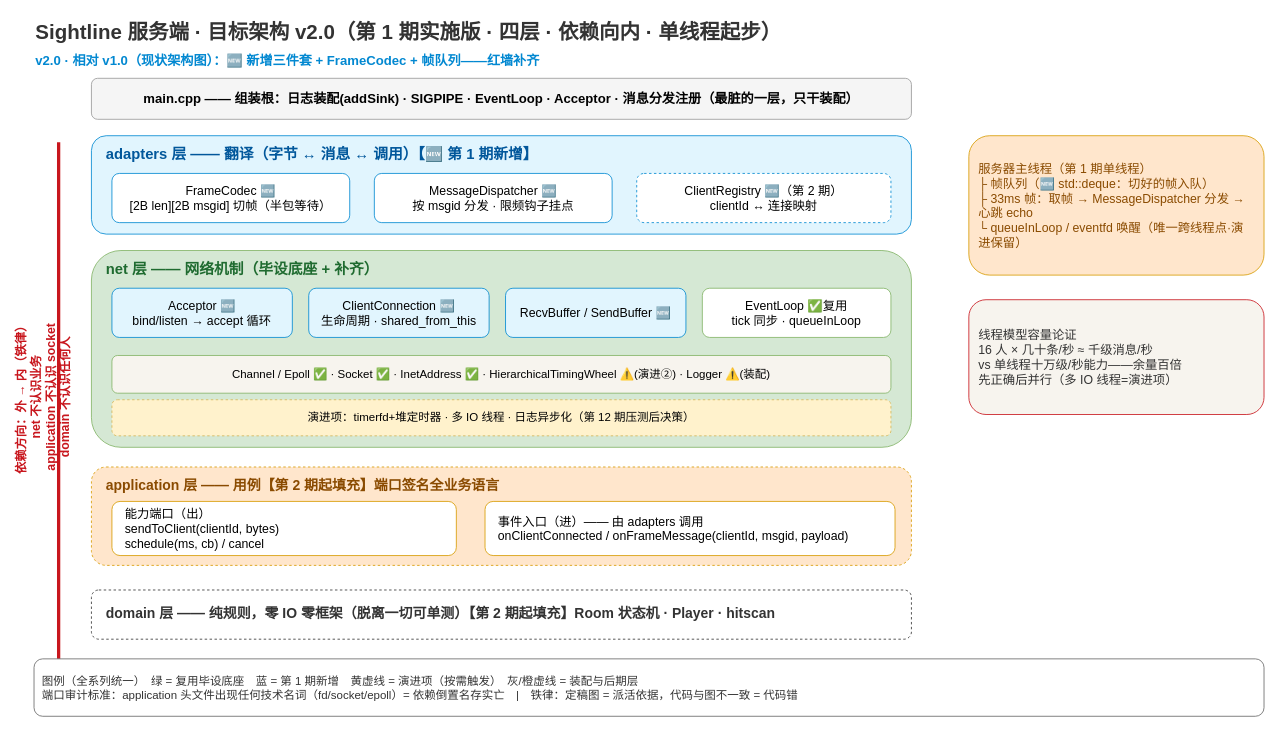
The draw.io diagram docs/episodes/ep01/target_architecture.drawio in x-PiXiu/Sightline, before the edit. Source tidied: cells renumbered, new cells numbered last; positions are measured from the earlier drawing's top-left corner, leaving out a move shared by most shapes. Both pictures are drawn from the tidied source at 82%, with x=0, y=0 at pixel (-93, 14).
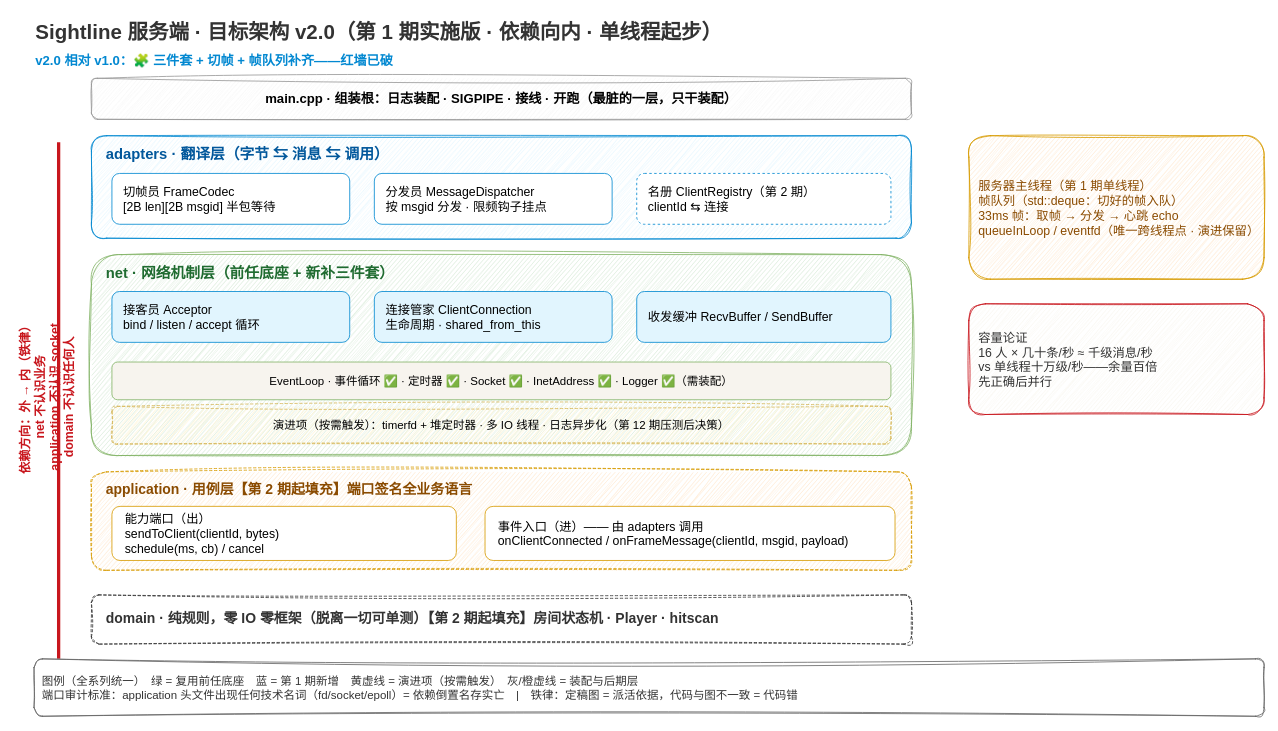
The same page after the edit.

What changed in the source:
```diff
@@
-    <mxCell id="2" value="Sightline 服务端 · 目标架构 v2.0（第 1 期实施版 · 四层 · 依赖向内 · 单线程起步）" style="text;fontSize=25;fontStyle=1;fontColor=#333333;align=left;" parent="1" vertex="1">
+    <mxCell id="2" value="Sightline 服务端 · 目标架构 v2.0（第 1 期实施版 · 依赖向内 · 单线程起步）" style="text;fontSize=25;fontStyle=1;fontColor=#333333;align=left;sketch=1;" parent="1" vertex="1">
       <mxGeometry x="155" width="1100" height="38" as="geometry" />
     </mxCell>
-    <mxCell id="3" value="v2.0 · 相对 v1.0（现状架构图）：🆕 新增三件套 + FrameCodec + 帧队列——红墙补齐" style="text;fontSize=16;fontStyle=1;fontColor=#0288d1;align=left;" parent="1" vertex="1">
+    <mxCell id="3" value="v2.0 相对 v1.0：🧩 三件套 + 切帧 + 帧队列补齐——红墙已破" style="text;fontSize=16;fontStyle=1;fontColor=#0288d1;align=left;" parent="1" vertex="1">
       <mxGeometry x="155" y="40" width="900" height="30" as="geometry" />
     </mxCell>
-    <mxCell id="4" value="main.cpp —— 组装根：日志装配(addSink) · SIGPIPE · EventLoop · Acceptor · 消息分发注册（最脏的一层，只干装配）" style="rounded=1;whiteSpace=wrap;fillColor=#f5f5f5;strokeColor=#999999;fontSize=16;fontStyle=1;" parent="1" vertex="1">
+    <mxCell id="4" value="main.cpp · 组装根：日志装配 · SIGPIPE · 接线 · 开跑（最脏的一层，只干装配）" style="rounded=1;whiteSpace=wrap;fillColor=#f5f5f5;strokeColor=#999999;fontSize=16;fontStyle=1;sketch=1;curveFitting=1;jiggle=2;" parent="1" vertex="1">
       <mxGeometry x="225" y="78" width="1000" height="50" as="geometry" />
     </mxCell>
-    <mxCell id="5" value="adapters 层 —— 翻译（字节 ↔ 消息 ↔ 调用）【🆕 第 1 期新增】" style="rounded=1;whiteSpace=wrap;fillColor=#e1f5fe;strokeColor=#0288d1;fontSize=18;fontStyle=1;fontColor=#01579b;verticalAlign=top;spacingTop=6;align=left;spacingLeft=16;" parent="1" vertex="1">
-      <mxGeometry x="225" y="148" width="1000" height="120" as="geometry" />
+    <mxCell id="5" value="adapters · 翻译层（字节 ⇆ 消息 ⇆ 调用）" style="rounded=1;whiteSpace=wrap;fillColor=#e1f5fe;strokeColor=#0288d1;fontSize=18;fontStyle=1;fontColor=#01579b;verticalAlign=top;spacingTop=6;align=left;spacingLeft=16;sketch=1;curveFitting=1;jiggle=2;" parent="1" vertex="1">
+      <mxGeometry x="225" y="148" width="1000" height="125" as="geometry" />
     </mxCell>
-    <mxCell id="6" value="FrameCodec 🆕&#10;[2B len][2B msgid] 切帧（半包等待）" style="rounded=1;whiteSpace=wrap;fillColor=#ffffff;strokeColor=#0288d1;fontSize=15;" parent="1" vertex="1">
-      <mxGeometry x="250" y="194" width="290" height="60" as="geometry" />
+    <mxCell id="6" value="切帧员 FrameCodec&#10;[2B len][2B msgid] 半包等待" style="rounded=1;whiteSpace=wrap;fillColor=#ffffff;strokeColor=#0288d1;fontSize=15;align=left;spacingLeft=12;" parent="1" vertex="1">
+      <mxGeometry x="250" y="194" width="290" height="62" as="geometry" />
     </mxCell>
-    <mxCell id="7" value="MessageDispatcher 🆕&#10;按 msgid 分发 · 限频钩子挂点" style="rounded=1;whiteSpace=wrap;fillColor=#ffffff;strokeColor=#0288d1;fontSize=15;" parent="1" vertex="1">
-      <mxGeometry x="570" y="194" width="290" height="60" as="geometry" />
+    <mxCell id="7" value="分发员 MessageDispatcher&#10;按 msgid 分发 · 限频钩子挂点" style="rounded=1;whiteSpace=wrap;fillColor=#ffffff;strokeColor=#0288d1;fontSize=15;align=left;spacingLeft=12;" parent="1" vertex="1">
+      <mxGeometry x="570" y="194" width="290" height="62" as="geometry" />
     </mxCell>
-    <mxCell id="8" value="ClientRegistry 🆕（第 2 期）&#10;clientId ↔ 连接映射" style="rounded=1;whiteSpace=wrap;fillColor=#ffffff;strokeColor=#0288d1;fontSize=15;dashed=1;" parent="1" vertex="1">
-      <mxGeometry x="890" y="194" width="310" height="60" as="geometry" />
+    <mxCell id="8" value="名册 ClientRegistry（第 2 期）&#10;clientId ⇆ 连接" style="rounded=1;whiteSpace=wrap;fillColor=#ffffff;strokeColor=#0288d1;fontSize=15;dashed=1;align=left;spacingLeft=12;" parent="1" vertex="1">
+      <mxGeometry x="890" y="194" width="310" height="62" as="geometry" />
     </mxCell>
-    <mxCell id="9" value="net 层 —— 网络机制（毕设底座 + 补齐）" style="rounded=1;whiteSpace=wrap;fillColor=#d5e8d4;strokeColor=#82b366;fontSize=18;fontStyle=1;fontColor=#1f6b30;verticalAlign=top;spacingTop=6;align=left;spacingLeft=16;" parent="1" vertex="1">
-      <mxGeometry x="225" y="288" width="1000" height="240" as="geometry" />
+    <mxCell id="9" value="net · 网络机制层（前任底座 + 新补三件套）" style="rounded=1;whiteSpace=wrap;fillColor=#d5e8d4;strokeColor=#82b366;fontSize=18;fontStyle=1;fontColor=#1f6b30;verticalAlign=top;spacingTop=6;align=left;spacingLeft=16;sketch=1;curveFitting=1;jiggle=2;" parent="1" vertex="1">
+      <mxGeometry x="225" y="293" width="1000" height="245" as="geometry" />
     </mxCell>
-    <mxCell id="10" value="Acceptor 🆕&#10;bind/listen → accept 循环" style="rounded=1;whiteSpace=wrap;fillColor=#e1f5fe;strokeColor=#0288d1;fontSize=15;" parent="1" vertex="1">
-      <mxGeometry x="250" y="334" width="220" height="60" as="geometry" />
+    <mxCell id="10" value="接客员 Acceptor&#10;bind / listen / accept 循环" style="rounded=1;whiteSpace=wrap;fillColor=#e1f5fe;strokeColor=#0288d1;fontSize=15;align=left;spacingLeft=12;" parent="1" vertex="1">
+      <mxGeometry x="250" y="338" width="290" height="62" as="geometry" />
     </mxCell>
-    <mxCell id="11" value="ClientConnection 🆕&#10;生命周期 · shared_from_this" style="rounded=1;whiteSpace=wrap;fillColor=#e1f5fe;strokeColor=#0288d1;fontSize=15;" parent="1" vertex="1">
-      <mxGeometry x="490" y="334" width="220" height="60" as="geometry" />
+    <mxCell id="11" value="连接管家 ClientConnection&#10;生命周期 · shared_from_this" style="rounded=1;whiteSpace=wrap;fillColor=#e1f5fe;strokeColor=#0288d1;fontSize=15;align=left;spacingLeft=12;" parent="1" vertex="1">
+      <mxGeometry x="570" y="338" width="290" height="62" as="geometry" />
     </mxCell>
-    <mxCell id="12" value="RecvBuffer / SendBuffer 🆕" style="rounded=1;whiteSpace=wrap;fillColor=#e1f5fe;strokeColor=#0288d1;fontSize=15;" parent="1" vertex="1">
-      <mxGeometry x="730" y="334" width="220" height="60" as="geometry" />
+    <mxCell id="12" value="收发缓冲 RecvBuffer / SendBuffer" style="rounded=1;whiteSpace=wrap;fillColor=#e1f5fe;strokeColor=#0288d1;fontSize=15;align=left;spacingLeft=12;" parent="1" vertex="1">
+      <mxGeometry x="890" y="338" width="310" height="62" as="geometry" />
     </mxCell>
-    <mxCell id="13" value="EventLoop ✅复用&#10;tick 同步 · queueInLoop" style="rounded=1;whiteSpace=wrap;fillColor=#ffffff;strokeColor=#82b366;fontSize=15;" parent="1" vertex="1">
-      <mxGeometry x="970" y="334" width="230" height="60" as="geometry" />
+    <mxCell id="13" value="EventLoop · 事件循环 ✅ · 定时器 ✅ · Socket ✅ · InetAddress ✅ · Logger ✅（需装配）" style="rounded=1;whiteSpace=wrap;fillColor=#f7f4ee;strokeColor=#82b366;fontSize=14;" parent="1" vertex="1">
+      <mxGeometry x="250" y="424" width="950" height="46" as="geometry" />
     </mxCell>
-    <mxCell id="14" value="Channel / Epoll ✅ · Socket ✅ · InetAddress ✅ · HierarchicalTimingWheel ⚠️(演进②) · Logger ⚠️(装配)" style="rounded=1;whiteSpace=wrap;fillColor=#f7f4ee;strokeColor=#82b366;fontSize=14;" parent="1" vertex="1">
-      <mxGeometry x="250" y="416" width="950" height="46" as="geometry" />
-    </mxCell>
-    <mxCell id="15" value="演进项：timerfd+堆定时器 · 多 IO 线程 · 日志异步化（第 12 期压测后决策）" style="rounded=1;whiteSpace=wrap;fillColor=#fff2cc;strokeColor=#d6b656;fontSize=14;dashed=1;" parent="1" vertex="1">
-      <mxGeometry x="250" y="470" width="950" height="44" as="geometry" />
+    <mxCell id="15" value="演进项（按需触发）：timerfd + 堆定时器 · 多 IO 线程 · 日志异步化（第 12 期压测后决策）" style="rounded=1;whiteSpace=wrap;fillColor=#fff2cc;strokeColor=#d6b656;fontSize=14;dashed=1;sketch=1;curveFitting=1;jiggle=2;" parent="1" vertex="1">
+      <mxGeometry x="250" y="478" width="950" height="46" as="geometry" />
     </mxCell>
-    <mxCell id="16" value="服务器主线程（第 1 期单线程）&#10;├ 帧队列（🆕 std::deque：切好的帧入队）&#10;├ 33ms 帧：取帧 → MessageDispatcher 分发 → 心跳 echo&#10;└ queueInLoop / eventfd 唤醒（唯一跨线程点·演进保留）" style="rounded=1;whiteSpace=wrap;fillColor=#ffe6cc;strokeColor=#d79b00;fontSize=15;fontColor=#8a4b00;align=left;spacing=12;" parent="1" vertex="1">
-      <mxGeometry x="1295" y="148" width="360" height="170" as="geometry" />
+    <mxCell id="16" value="服务器主线程（第 1 期单线程）&#10;帧队列（std::deque：切好的帧入队）&#10;33ms 帧：取帧 → 分发 → 心跳 echo&#10;queueInLoop / eventfd（唯一跨线程点 · 演进保留）" style="rounded=1;whiteSpace=wrap;fillColor=#ffe6cc;strokeColor=#d79b00;fontSize=15;fontColor=#8a4b00;align=left;spacing=12;sketch=1;curveFitting=1;jiggle=2;" parent="1" vertex="1">
+      <mxGeometry x="1295" y="148" width="360" height="175" as="geometry" />
     </mxCell>
-    <mxCell id="17" value="线程模型容量论证&#10;16 人 × 几十条/秒 ≈ 千级消息/秒&#10;vs 单线程十万级/秒能力——余量百倍&#10;先正确后并行（多 IO 线程=演进项）" style="rounded=1;whiteSpace=wrap;fillColor=#f7f4ee;strokeColor=#c8161d;fontSize=15;fontColor=#333;align=left;spacing=12;" parent="1" vertex="1">
-      <mxGeometry x="1295" y="348" width="360" height="140" as="geometry" />
+    <mxCell id="17" value="容量论证&#10;16 人 × 几十条/秒 ≈ 千级消息/秒&#10;vs 单线程十万级/秒——余量百倍&#10;先正确后并行" style="rounded=1;whiteSpace=wrap;fillColor=#f7f4ee;strokeColor=#c8161d;fontSize=15;fontColor=#333;align=left;spacing=12;sketch=1;curveFitting=1;jiggle=2;" parent="1" vertex="1">
+      <mxGeometry x="1295" y="353" width="360" height="135" as="geometry" />
     </mxCell>
-    <mxCell id="18" value="application 层 —— 用例【第 2 期起填充】端口签名全业务语言" style="rounded=1;whiteSpace=wrap;fillColor=#ffe6cc;strokeColor=#d79b00;fontSize=17;fontStyle=1;fontColor=#8a4b00;verticalAlign=top;spacingTop=6;align=left;spacingLeft=16;dashed=1;" parent="1" vertex="1">
-      <mxGeometry x="225" y="552" width="1000" height="120" as="geometry" />
+    <mxCell id="18" value="application · 用例层【第 2 期起填充】端口签名全业务语言" style="rounded=1;whiteSpace=wrap;fillColor=#ffe6cc;strokeColor=#d79b00;fontSize=17;fontStyle=1;fontColor=#8a4b00;verticalAlign=top;spacingTop=6;align=left;spacingLeft=16;dashed=1;sketch=1;curveFitting=1;jiggle=2;" parent="1" vertex="1">
+      <mxGeometry x="225" y="558" width="1000" height="120" as="geometry" />
     </mxCell>
     <mxCell id="19" value="能力端口（出）&#10;sendToClient(clientId, bytes)&#10;schedule(ms, cb) / cancel" style="rounded=1;whiteSpace=wrap;fillColor=#ffffff;strokeColor=#d79b00;fontSize=15;align=left;spacingLeft=14;" parent="1" vertex="1">
-      <mxGeometry x="250" y="594" width="420" height="66" as="geometry" />
+      <mxGeometry x="250" y="600" width="420" height="66" as="geometry" />
     </mxCell>
     <mxCell id="20" value="事件入口（进）—— 由 adapters 调用&#10;onClientConnected / onFrameMessage(clientId, msgid, payload)" style="rounded=1;whiteSpace=wrap;fillColor=#ffffff;strokeColor=#d79b00;fontSize=15;align=left;spacingLeft=14;" parent="1" vertex="1">
-      <mxGeometry x="705" y="594" width="500" height="66" as="geometry" />
+      <mxGeometry x="705" y="600" width="500" height="66" as="geometry" />
     </mxCell>
-    <mxCell id="21" value="domain 层 —— 纯规则，零 IO 零框架（脱离一切可单测）【第 2 期起填充】Room 状态机 · Player · hitscan" style="rounded=1;whiteSpace=wrap;fillColor=#ffffff;strokeColor=#333333;fontSize=17;fontStyle=1;verticalAlign=middle;dashed=1;align=left;spacingLeft=16;fontColor=#333333;" parent="1" vertex="1">
-      <mxGeometry x="225" y="702" width="1000" height="60" as="geometry" />
+    <mxCell id="21" value="domain · 纯规则，零 IO 零框架（脱离一切可单测）【第 2 期起填充】房间状态机 · Player · hitscan" style="rounded=1;whiteSpace=wrap;fillColor=#ffffff;strokeColor=#333333;fontSize=17;fontStyle=1;verticalAlign=middle;dashed=1;align=left;spacingLeft=16;fontColor=#333333;sketch=1;curveFitting=1;jiggle=2;" parent="1" vertex="1">
+      <mxGeometry x="225" y="708" width="1000" height="60" as="geometry" />
     </mxCell>
@@
     <mxCell id="23" value="依赖方向：外 → 内（铁律）&#10;net 不认识业务&#10;application 不认识 socket&#10;domain 不认识任何人" style="text;fontSize=15;fontStyle=1;fontColor=#c8161d;align=center;verticalAlign=middle;rotation=-90;" parent="1" vertex="1">
-      <mxGeometry y="441" width="330" height="50" as="geometry" />
+      <mxGeometry x="5" y="441" width="330" height="50" as="geometry" />
     </mxCell>
-    <mxCell id="24" value="图例（全系列统一）　绿 = 复用毕设底座　蓝 = 第 1 期新增　黄虚线 = 演进项（按需触发）　灰/橙虚线 = 装配与后期层&#10;端口审计标准：application 头文件出现任何技术名词（fd/socket/epoll）= 依赖倒置名存实亡　|　铁律：定稿图 = 派活依据，代码与图不一致 = 代码错" style="rounded=1;whiteSpace=wrap;fillColor=#ffffff;strokeColor=#666666;fontSize=14;fontColor=#333;align=left;spacing=10;" parent="1" vertex="1">
+    <mxCell id="24" value="图例（全系列统一）　绿 = 复用前任底座　蓝 = 第 1 期新增　黄虚线 = 演进项（按需触发）　灰/橙虚线 = 装配与后期层&#10;端口审计标准：application 头文件出现任何技术名词（fd/socket/epoll）= 依赖倒置名存实亡　|　铁律：定稿图 = 派活依据，代码与图不一致 = 代码错" style="rounded=1;whiteSpace=wrap;fillColor=#ffffff;strokeColor=#666666;fontSize=14;fontColor=#333;align=left;spacing=10;sketch=1;curveFitting=1;jiggle=2;" parent="1" vertex="1">
       <mxGeometry x="155" y="786" width="1500" height="70" as="geometry" />
     </mxCell>
```
